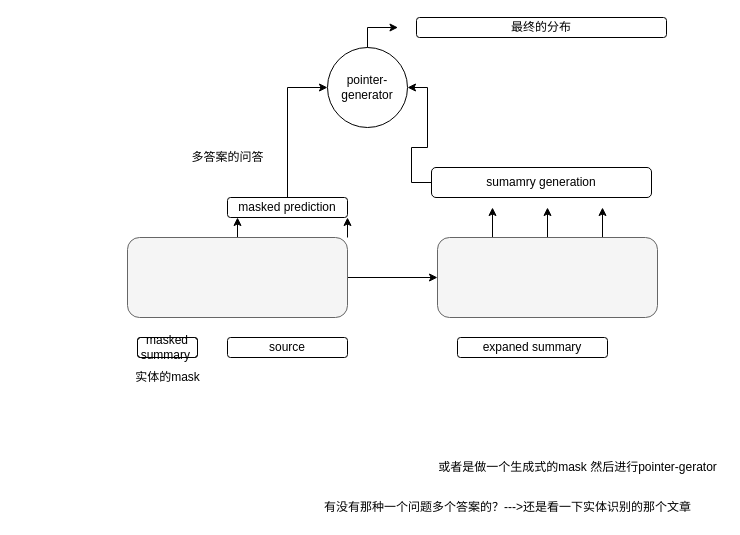
Above: new_answer.drawio in ChengchengDu/ChengchengDu.github.io (draw.io), before the change. Source tidied: cells renumbered, new cells numbered last; positions are measured from the earlier drawing's top-left corner, leaving out a move shared by most shapes. Both pictures are drawn from the tidied source at 100%, with x=0, y=0 at pixel (127, 17).
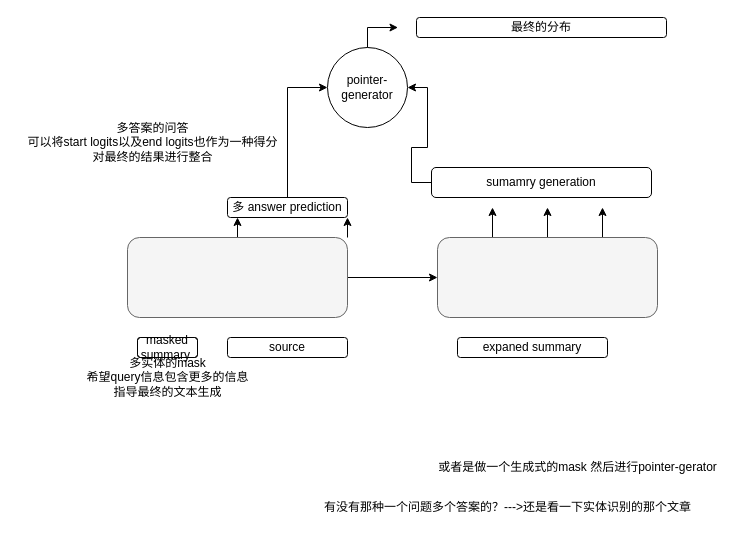
Above is the later version.

Diff of the diagram source:
```diff
@@
-    <mxCell id="15" value="masked prediction" style="rounded=1;whiteSpace=wrap;html=1;fillColor=none;" parent="1" vertex="1">
+    <mxCell id="15" value="多 answer prediction" style="rounded=1;whiteSpace=wrap;html=1;fillColor=none;" parent="1" vertex="1">
       <mxGeometry x="100" y="180" width="120" height="20" as="geometry" />
     </mxCell>
@@
-    <mxCell id="21" value="实体的mask" style="text;html=1;align=center;verticalAlign=middle;" parent="1" vertex="1">
-      <mxGeometry y="350" width="80" height="20" as="geometry" />
+    <mxCell id="21" value="多实体的mask&lt;br&gt;希望query信息包含更多的信息&lt;br&gt;指导最终的文本生成" style="text;html=1;align=center;verticalAlign=middle;" parent="1" vertex="1">
+      <mxGeometry x="-50" y="335" width="180" height="50" as="geometry" />
     </mxCell>
@@
-    <mxCell id="24" value="多答案的问答" style="text;html=1;align=center;verticalAlign=middle;" parent="1" vertex="1">
-      <mxGeometry x="55" y="130" width="90" height="20" as="geometry" />
+    <mxCell id="24" value="多答案的问答&lt;br&gt;可以将start logits以及end logits也作为一种得分&lt;br&gt;对最终的结果进行整合" style="text;html=1;align=center;verticalAlign=middle;" parent="1" vertex="1">
+      <mxGeometry x="-110" y="100" width="270" height="50" as="geometry" />
     </mxCell>
```
